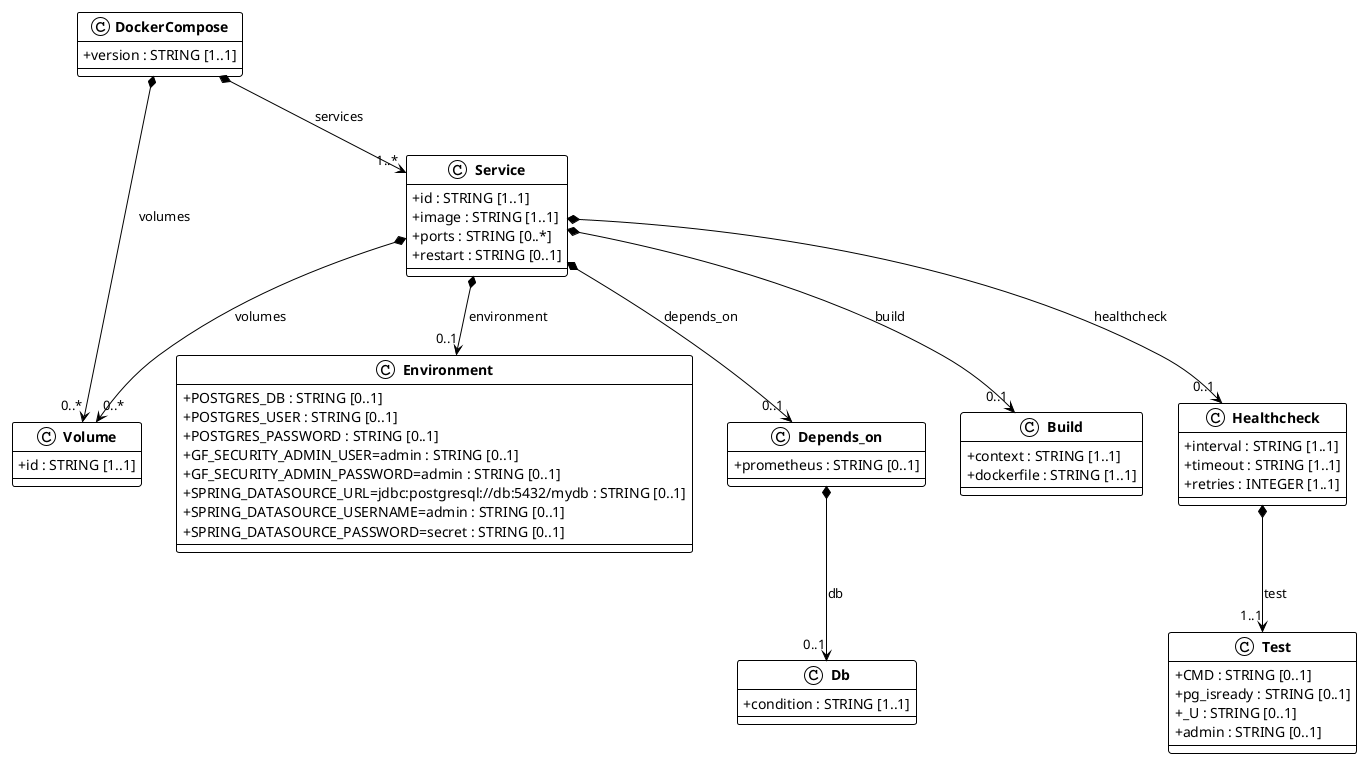
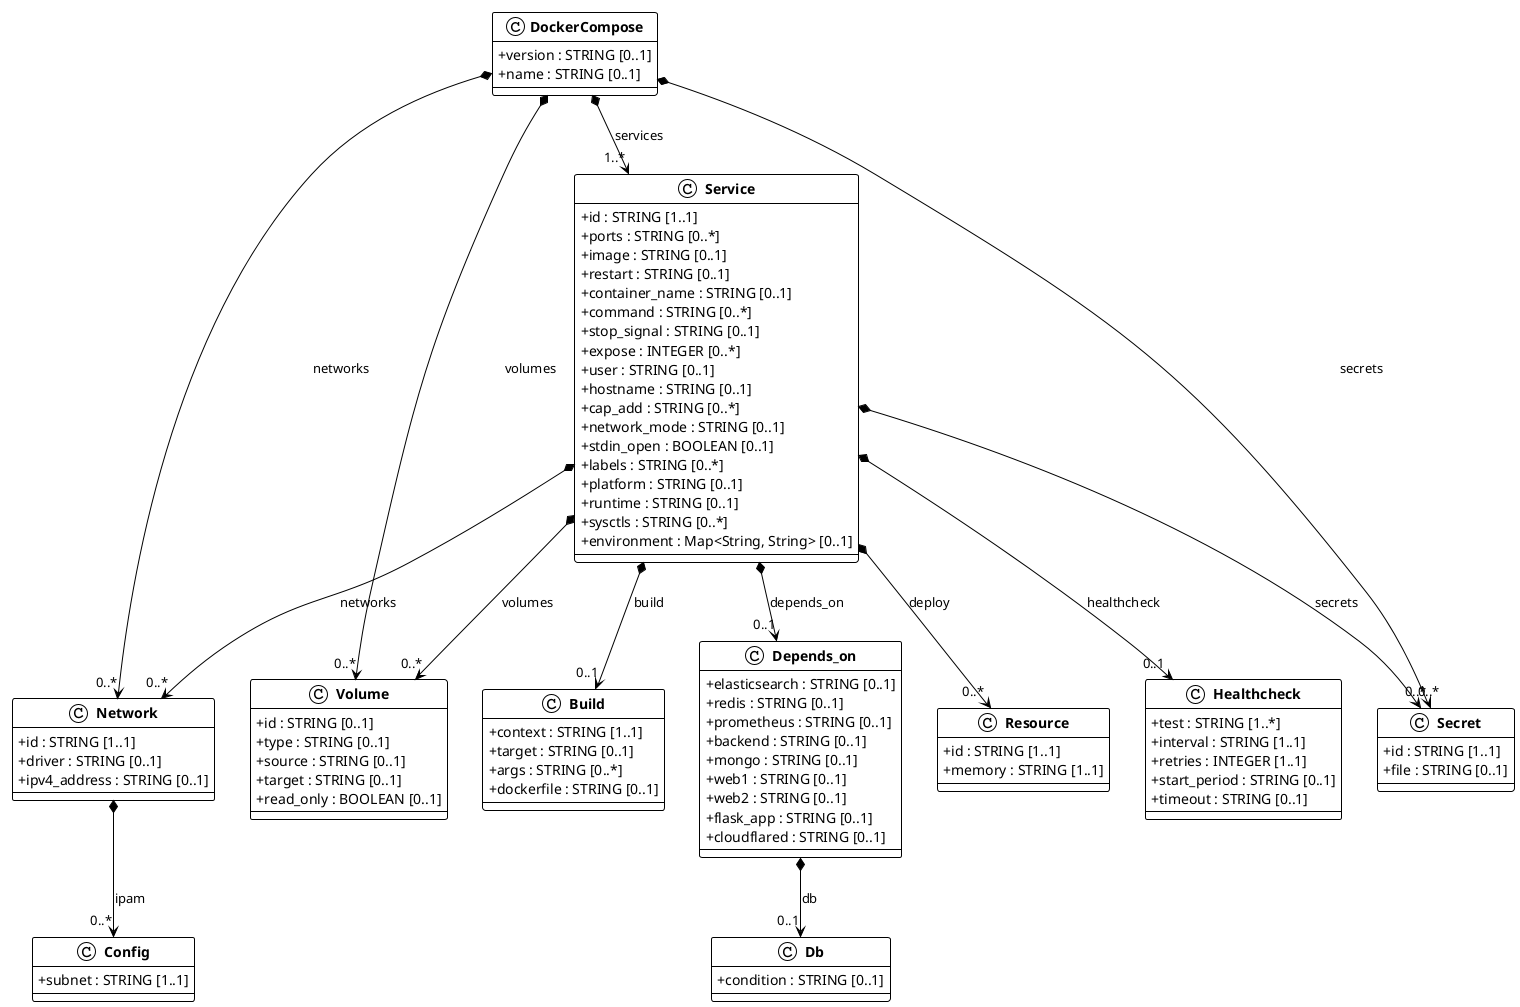
@startuml docker_compose
!theme plain
skinparam classAttributeIconSize 0
skinparam classFontStyle bold

class DockerCompose{
-   + version : STRING [1..1]
- }
- 
- class Volume{
-   + id : STRING [1..1]
+   + version : STRING [0..1]
+   + name : STRING [0..1]
}

class Service{
  + id : STRING [1..1]
-   + image : STRING [1..1]
  + ports : STRING [0..*]
+   + image : STRING [0..1]
  + restart : STRING [0..1]
- }
- 
- class Environment{
-   + POSTGRES_DB : STRING [0..1]
-   + POSTGRES_USER : STRING [0..1]
-   + POSTGRES_PASSWORD : STRING [0..1]
-   + GF_SECURITY_ADMIN_USER=admin : STRING [0..1]
-   + GF_SECURITY_ADMIN_PASSWORD=admin : STRING [0..1]
-   + SPRING_DATASOURCE_URL=jdbc:postgresql://db:5432/mydb : STRING [0..1]
-   + SPRING_DATASOURCE_USERNAME=admin : STRING [0..1]
-   + SPRING_DATASOURCE_PASSWORD=secret : STRING [0..1]
- }
- 
- class Depends_on{
-   + prometheus : STRING [0..1]
+   + container_name : STRING [0..1]
+   + command : STRING [0..*]
+   + stop_signal : STRING [0..1]
+   + expose : INTEGER [0..*]
+   + user : STRING [0..1]
+   + hostname : STRING [0..1]
+   + cap_add : STRING [0..*]
+   + network_mode : STRING [0..1]
+   + stdin_open : BOOLEAN [0..1]
+   + labels : STRING [0..*]
+   + platform : STRING [0..1]
+   + runtime : STRING [0..1]
+   + sysctls : STRING [0..*]
+   + environment : Map<String, String> [0..1]
}

class Build{
  + context : STRING [1..1]
-   + dockerfile : STRING [1..1]
+   + target : STRING [0..1]
+   + args : STRING [0..*]
+   + dockerfile : STRING [0..1]
+ }
+ 
+ class Volume{
+   + id : STRING [0..1]
+   + type : STRING [0..1]
+   + source : STRING [0..1]
+   + target : STRING [0..1]
+   + read_only : BOOLEAN [0..1]
+ }
+ 
+ class Healthcheck{
+   + test : STRING [1..*]
+   + interval : STRING [1..1]
+   + retries : INTEGER [1..1]
+   + start_period : STRING [0..1]
+   + timeout : STRING [0..1]
+ }
+ 
+ class Network{
+   + id : STRING [1..1]
+   + driver : STRING [0..1]
+   + ipv4_address : STRING [0..1]
+ }
+ 
+ class Depends_on{
+   + elasticsearch : STRING [0..1]
+   + redis : STRING [0..1]
+   + prometheus : STRING [0..1]
+   + backend : STRING [0..1]
+   + mongo : STRING [0..1]
+   + web1 : STRING [0..1]
+   + web2 : STRING [0..1]
+   + flask_app : STRING [0..1]
+   + cloudflared : STRING [0..1]
+ }
+ 
+ class Resource{
+   + id : STRING [1..1]
+   + memory : STRING [1..1]
+ }
+ 
+ class Secret{
+   + id : STRING [1..1]
+   + file : STRING [0..1]
}

class Db{
-   + condition : STRING [1..1]
+   + condition : STRING [0..1]
}

- class Healthcheck{
-   + interval : STRING [1..1]
-   + timeout : STRING [1..1]
-   + retries : INTEGER [1..1]
+ class Config{
+   + subnet : STRING [1..1]
}

- class Test{
-   + CMD : STRING [0..1]
-   + pg_isready : STRING [0..1]
-   + _U : STRING [0..1]
-   + admin : STRING [0..1]
- }
- 
+ DockerCompose *--> "1..*" Service : services
+ DockerCompose *--> "0..*" Network : networks
DockerCompose *--> "0..*" Volume : volumes
- DockerCompose *--> "1..*" Service : services
+ DockerCompose *--> "0..*" Secret : secrets
+ Service *--> "0..1" Build : build
Service *--> "0..*" Volume : volumes
- Service *--> "0..1" Environment : environment
+ Service *--> "0..1" Healthcheck : healthcheck
+ Service *--> "0..*" Network : networks
Service *--> "0..1" Depends_on : depends_on
- Service *--> "0..1" Build : build
- Service *--> "0..1" Healthcheck : healthcheck
+ Service *--> "0..*" Resource : deploy
+ Service *--> "0..*" Secret : secrets
+ Network *--> "0..*" Config : ipam
Depends_on *--> "0..1" Db : db
- Healthcheck *--> "1..1" Test : test

@enduml
